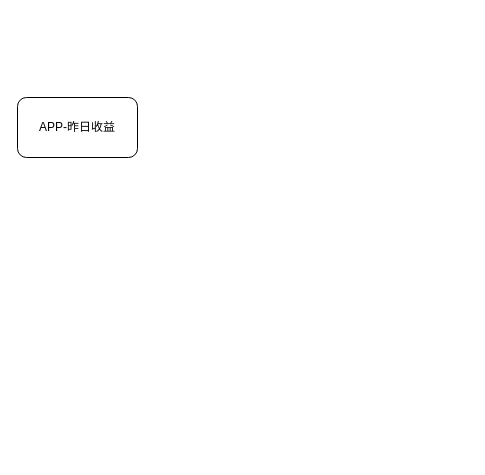
The draw.io diagram 基金昨日收益方案.drawio in ammengke/my-drawio, before the edit. Source tidied: cells renumbered, new cells numbered last; positions are measured from the earlier drawing's top-left corner, leaving out a move shared by most shapes. Both pictures are drawn from the tidied source at 100%, with x=0, y=0 at pixel (17, 97).
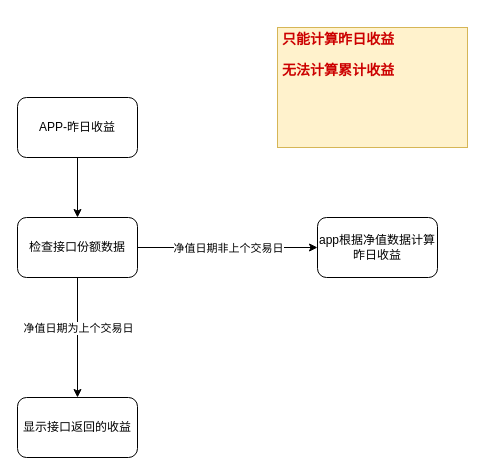
After the change.

Commit message:
更新基金昨日收益方案.drawio

What changed in the source:
```diff
@@
 <mxGraphModel>
   <root>
     <mxCell id="0" />
     <mxCell id="1" parent="0" />
+    <mxCell id="3" style="edgeStyle=orthogonalEdgeStyle;rounded=0;jettySize=auto;html=1;" parent="1" edge="1" source="2" target="8">
+      <mxGeometry relative="1" as="geometry" />
+    </mxCell>
     <mxCell id="2" value="APP-昨日收益" style="rounded=1;whiteSpace=wrap;html=1;" parent="1" vertex="1">
       <mxGeometry width="120" height="60" as="geometry" />
     </mxCell>
+    <mxCell id="4" style="edgeStyle=orthogonalEdgeStyle;rounded=0;jettySize=auto;html=1;" parent="1" edge="1" source="8" target="9">
+      <mxGeometry relative="1" as="geometry" />
+    </mxCell>
+    <mxCell id="5" value="净值日期为上个交易日" style="edgeLabel;html=1;align=center;verticalAlign=middle;" parent="4" vertex="1">
+      <mxGeometry x="-0.27" y="1" relative="1" as="geometry">
+        <mxPoint x="-1" y="6" as="offset" />
+      </mxGeometry>
+    </mxCell>
+    <mxCell id="6" style="edgeStyle=orthogonalEdgeStyle;rounded=0;jettySize=auto;html=1;" parent="1" edge="1" source="8" target="10">
+      <mxGeometry relative="1" as="geometry" />
+    </mxCell>
+    <mxCell id="7" value="净值日期非上个交易日" style="edgeLabel;html=1;align=center;verticalAlign=middle;" parent="6" vertex="1">
+      <mxGeometry x="0.32" y="-2" relative="1" as="geometry">
+        <mxPoint x="-29" y="-2" as="offset" />
+      </mxGeometry>
+    </mxCell>
+    <mxCell id="8" value="检查接口份额数据" style="rounded=1;whiteSpace=wrap;html=1;" parent="1" vertex="1">
+      <mxGeometry y="120" width="120" height="60" as="geometry" />
+    </mxCell>
+    <mxCell id="9" value="显示接口返回的收益" style="rounded=1;whiteSpace=wrap;html=1;" parent="1" vertex="1">
+      <mxGeometry y="300" width="120" height="60" as="geometry" />
+    </mxCell>
+    <mxCell id="10" value="app根据净值数据计算昨日收益" style="rounded=1;whiteSpace=wrap;html=1;" parent="1" vertex="1">
+      <mxGeometry x="300" y="120" width="120" height="60" as="geometry" />
+    </mxCell>
+    <mxCell id="11" value="&lt;h3&gt;&lt;font color=&quot;#cc0000&quot;&gt;只能计算昨日收益&lt;/font&gt;&lt;/h3&gt;&lt;h3&gt;&lt;font color=&quot;#cc0000&quot;&gt;无法计算累计收益&lt;/font&gt;&lt;/h3&gt;" style="text;html=1;strokeColor=#d6b656;fillColor=#fff2cc;spacing=5;spacingTop=-20;whiteSpace=wrap;overflow=hidden;rounded=0;fontStyle=0;fontFamily=Verdana;" parent="1" vertex="1">
+      <mxGeometry x="260" y="-70" width="190" height="120" as="geometry" />
+    </mxCell>
   </root>
 </mxGraphModel>
```
